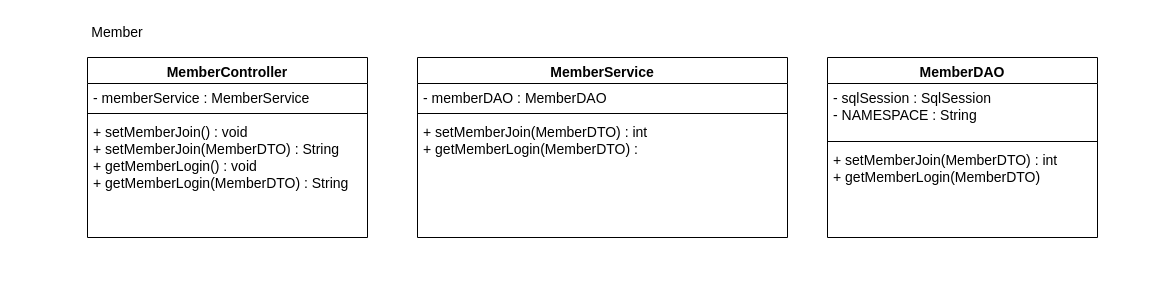
Above: page "페이지-3" (3 of 4) of 제목 없는 다이어그램.drawio in qwdfd1/GDJ60_Spring (draw.io), before the change. Source tidied: cells renumbered, new cells numbered last; positions are measured from the earlier drawing's top-left corner, leaving out a move shared by most shapes. Both pictures are drawn from the tidied source at 100%, with x=0, y=0 at pixel (87, 17).
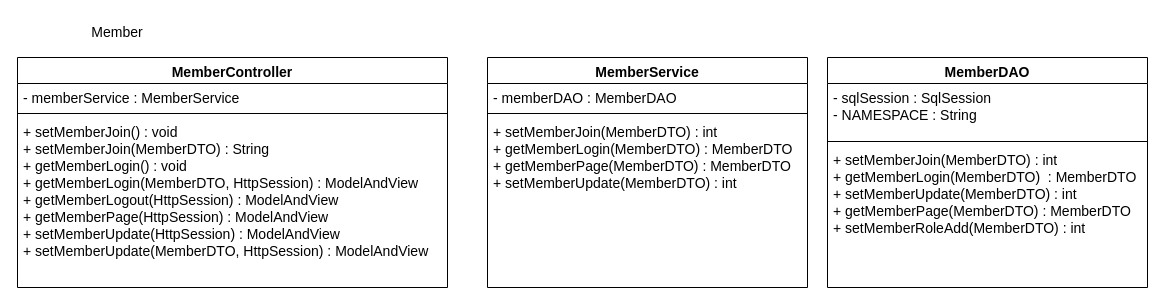
The same diagram, later.

Commit message:
제목 없는 다이어그램.drawio 업데이트

Diff of the diagram source:
```diff
@@
 <mxGraphModel>
   <root>
     <mxCell id="0" />
     <mxCell id="1" parent="0" />
     <mxCell id="2" value="Member" style="text;html=1;strokeColor=none;fillColor=none;align=center;verticalAlign=middle;whiteSpace=wrap;rounded=0;fontSize=14;" parent="1" vertex="1">
       <mxGeometry width="60" height="30" as="geometry" />
     </mxCell>
     <mxCell id="3" value="MemberDAO" style="swimlane;fontStyle=1;align=center;verticalAlign=top;horizontal=1;startSize=26;fontSize=14;" parent="1" vertex="1">
-      <mxGeometry x="740" y="40" width="270" height="180" as="geometry" />
+      <mxGeometry x="740" y="40" width="320" height="230" as="geometry" />
     </mxCell>
     <mxCell id="4" value="- sqlSession : SqlSession&#10;- NAMESPACE : String" style="text;strokeColor=none;fillColor=none;align=left;verticalAlign=top;spacingLeft=4;spacingRight=4;overflow=hidden;fontSize=14;" parent="3" vertex="1">
-      <mxGeometry y="26" width="270" height="54" as="geometry" />
+      <mxGeometry y="26" width="320" height="54" as="geometry" />
     </mxCell>
     <mxCell id="5" style="line;strokeWidth=1;fillColor=none;align=left;verticalAlign=middle;spacingTop=-1;spacingLeft=3;spacingRight=3;labelPosition=right;strokeColor=inherit;fontSize=14;" parent="3" vertex="1">
-      <mxGeometry y="80" width="270" height="8" as="geometry" />
+      <mxGeometry y="80" width="320" height="8" as="geometry" />
     </mxCell>
-    <mxCell id="6" value="+ setMemberJoin(MemberDTO) : int &#10;+ getMemberLogin(MemberDTO) " style="text;strokeColor=none;fillColor=none;align=left;verticalAlign=top;spacingLeft=4;spacingRight=4;overflow=hidden;fontSize=14;" parent="3" vertex="1">
-      <mxGeometry y="88" width="270" height="92" as="geometry" />
+    <mxCell id="6" value="+ setMemberJoin(MemberDTO) : int &#10;+ getMemberLogin(MemberDTO)  : MemberDTO&#10;+ setMemberUpdate(MemberDTO) : int&#10;+ getMemberPage(MemberDTO) : MemberDTO&#10;+ setMemberRoleAdd(MemberDTO) : int" style="text;strokeColor=none;fillColor=none;align=left;verticalAlign=top;spacingLeft=4;spacingRight=4;overflow=hidden;fontSize=14;" parent="3" vertex="1">
+      <mxGeometry y="88" width="320" height="142" as="geometry" />
     </mxCell>
     <mxCell id="7" value="MemberService" style="swimlane;fontStyle=1;align=center;verticalAlign=top;horizontal=1;startSize=26;fontSize=14;" parent="1" vertex="1">
-      <mxGeometry x="330" y="40" width="370" height="180" as="geometry" />
+      <mxGeometry x="400" y="40" width="320" height="230" as="geometry" />
     </mxCell>
     <mxCell id="8" value="- memberDAO : MemberDAO" style="text;strokeColor=none;fillColor=none;align=left;verticalAlign=top;spacingLeft=4;spacingRight=4;overflow=hidden;fontSize=14;" parent="7" vertex="1">
-      <mxGeometry y="26" width="370" height="26" as="geometry" />
+      <mxGeometry y="26" width="320" height="26" as="geometry" />
     </mxCell>
     <mxCell id="9" style="line;strokeWidth=1;fillColor=none;align=left;verticalAlign=middle;spacingTop=-1;spacingLeft=3;spacingRight=3;labelPosition=right;strokeColor=inherit;fontSize=14;" parent="7" vertex="1">
-      <mxGeometry y="52" width="370" height="8" as="geometry" />
+      <mxGeometry y="52" width="320" height="8" as="geometry" />
     </mxCell>
-    <mxCell id="10" value="+ setMemberJoin(MemberDTO) : int&#10;+ getMemberLogin(MemberDTO) : " style="text;strokeColor=none;fillColor=none;align=left;verticalAlign=top;spacingLeft=4;spacingRight=4;overflow=hidden;fontSize=14;" parent="7" vertex="1">
-      <mxGeometry y="60" width="370" height="120" as="geometry" />
+    <mxCell id="10" value="+ setMemberJoin(MemberDTO) : int&#10;+ getMemberLogin(MemberDTO) : MemberDTO&#10;+ getMemberPage(MemberDTO) : MemberDTO&#10;+ setMemberUpdate(MemberDTO) : int" style="text;strokeColor=none;fillColor=none;align=left;verticalAlign=top;spacingLeft=4;spacingRight=4;overflow=hidden;fontSize=14;" parent="7" vertex="1">
+      <mxGeometry y="60" width="320" height="170" as="geometry" />
     </mxCell>
     <mxCell id="11" value="MemberController&#10;" style="swimlane;fontStyle=1;align=center;verticalAlign=top;horizontal=1;startSize=26;fontSize=14;" parent="1" vertex="1">
-      <mxGeometry y="40" width="280" height="180" as="geometry" />
+      <mxGeometry x="-70" y="40" width="430" height="230" as="geometry" />
     </mxCell>
     <mxCell id="12" value="- memberService : MemberService" style="text;strokeColor=none;fillColor=none;align=left;verticalAlign=top;spacingLeft=4;spacingRight=4;overflow=hidden;fontSize=14;" parent="11" vertex="1">
-      <mxGeometry y="26" width="280" height="26" as="geometry" />
+      <mxGeometry y="26" width="430" height="26" as="geometry" />
     </mxCell>
     <mxCell id="13" style="line;strokeWidth=1;fillColor=none;align=left;verticalAlign=middle;spacingTop=-1;spacingLeft=3;spacingRight=3;labelPosition=right;strokeColor=inherit;fontSize=14;" parent="11" vertex="1">
-      <mxGeometry y="52" width="280" height="8" as="geometry" />
+      <mxGeometry y="52" width="430" height="8" as="geometry" />
     </mxCell>
-    <mxCell id="14" value="+ setMemberJoin() : void&#10;+ setMemberJoin(MemberDTO) : String&#10;+ getMemberLogin() : void&#10;+ getMemberLogin(MemberDTO) : String" style="text;strokeColor=none;fillColor=none;align=left;verticalAlign=top;spacingLeft=4;spacingRight=4;overflow=hidden;fontSize=14;" parent="11" vertex="1">
-      <mxGeometry y="60" width="280" height="120" as="geometry" />
+    <mxCell id="14" value="+ setMemberJoin() : void&#10;+ setMemberJoin(MemberDTO) : String&#10;+ getMemberLogin() : void&#10;+ getMemberLogin(MemberDTO, HttpSession) : ModelAndView&#10;+ getMemberLogout(HttpSession) : ModelAndView&#10;+ getMemberPage(HttpSession) : ModelAndView&#10;+ setMemberUpdate(HttpSession) : ModelAndView&#10;+ setMemberUpdate(MemberDTO, HttpSession) : ModelAndView&#10;&#10; &#10;" style="text;strokeColor=none;fillColor=none;align=left;verticalAlign=top;spacingLeft=4;spacingRight=4;overflow=hidden;fontSize=14;" parent="11" vertex="1">
+      <mxGeometry y="60" width="430" height="170" as="geometry" />
     </mxCell>
   </root>
 </mxGraphModel>
```
